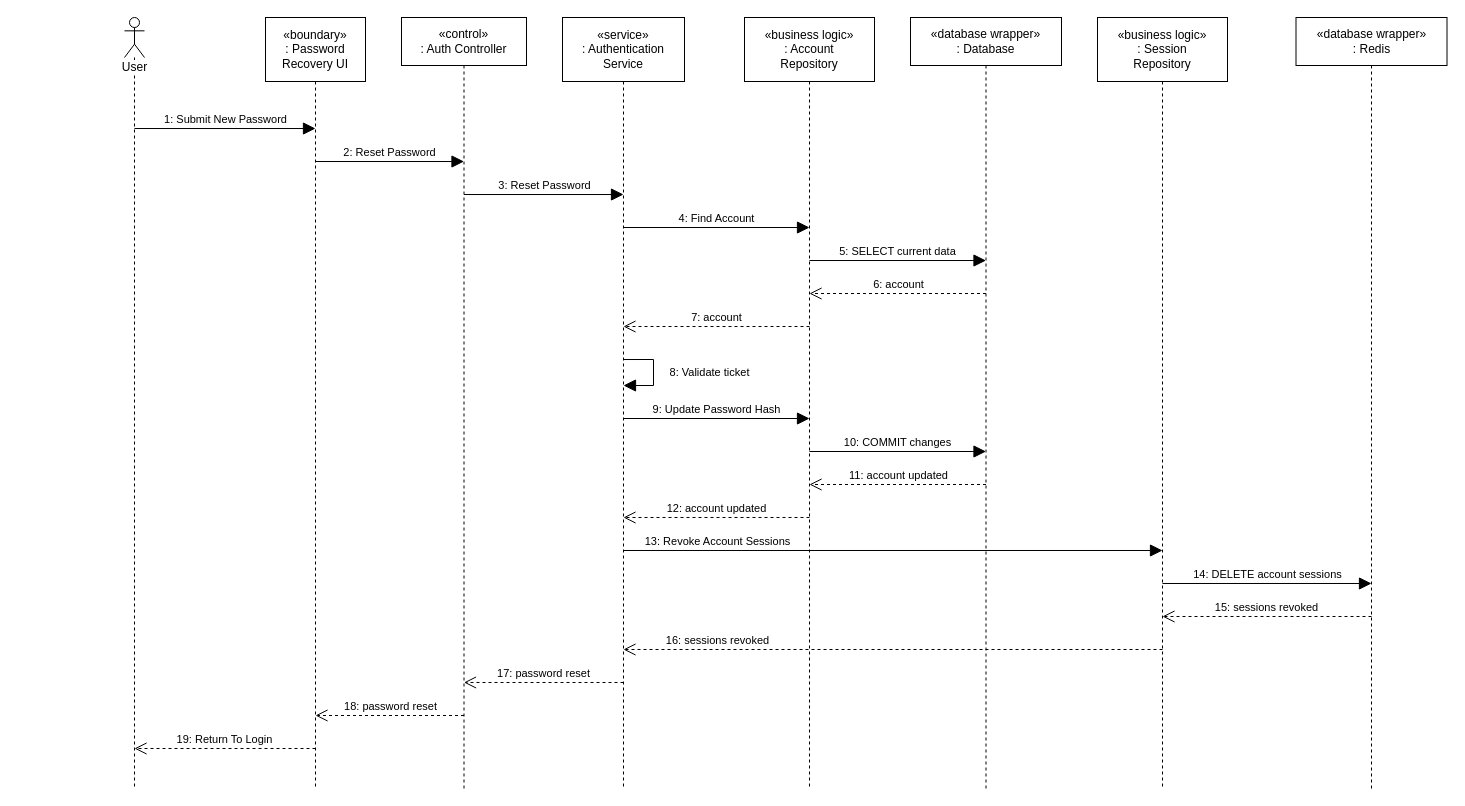
The draw.io diagram page "Reset Password" (4 of 10) of docs/sequence-diagrams.drawio in hygef-v4/AI-Powered-Learning-Platform, before the edit. Source tidied: cells renumbered, new cells numbered last; positions are measured from the earlier drawing's top-left corner, leaving out a move shared by most shapes. Both pictures are drawn from the tidied source at 100%, with x=0, y=0 at pixel (124, 17).
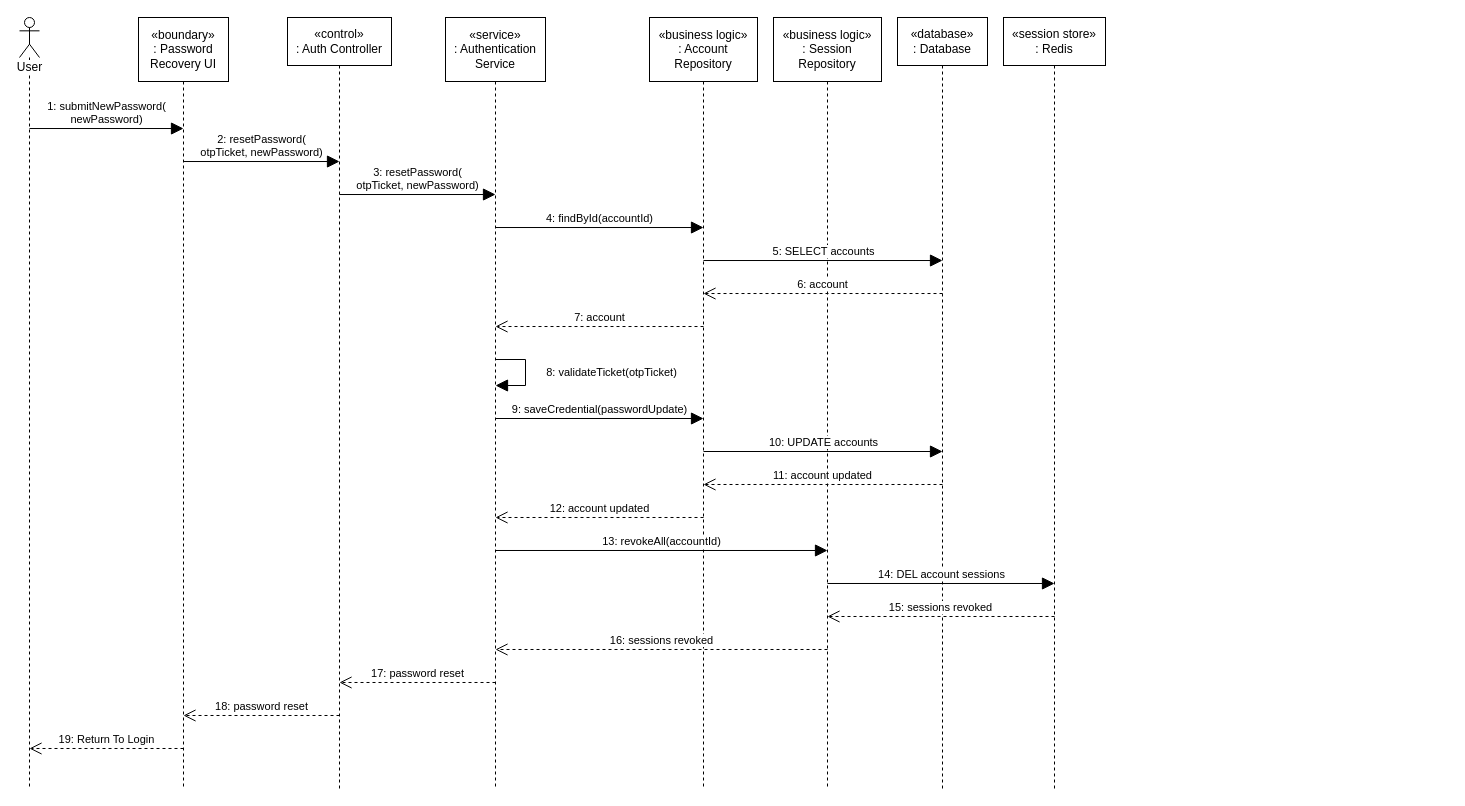
Above is the later version.

Change to the diagram source:
```diff
@@
     <mxCell id="2" value="User" style="shape=umlLifeline;participant=umlActor;perimeter=lifelinePerimeter;whiteSpace=nowrap;html=1;verticalAlign=top;spacingTop=36;outlineConnect=0;portConstraint=eastwest;labelBackgroundColor=#ffffff;size=40;fontColor=#000000;strokeColor=#000000;" parent="1" vertex="1">
-      <mxGeometry width="20" height="771" as="geometry" />
+      <mxGeometry x="-105" width="20" height="771" as="geometry" />
     </mxCell>
     <mxCell id="3" value="«boundary»&lt;br&gt;: Password&lt;br&gt;Recovery UI" style="shape=umlLifeline;perimeter=lifelinePerimeter;whiteSpace=wrap;html=1;outlineConnect=0;portConstraint=eastwest;size=64;fontColor=#000000;strokeColor=#000000;" parent="1" vertex="1">
-      <mxGeometry x="141" width="100" height="771" as="geometry" />
+      <mxGeometry x="14" width="90" height="771" as="geometry" />
     </mxCell>
     <mxCell id="4" value="«control»&lt;br&gt;: Auth Controller" style="shape=umlLifeline;perimeter=lifelinePerimeter;whiteSpace=wrap;html=1;outlineConnect=0;portConstraint=eastwest;size=48;fontColor=#000000;strokeColor=#000000;" parent="1" vertex="1">
-      <mxGeometry x="277" width="125" height="771" as="geometry" />
+      <mxGeometry x="163" width="104" height="771" as="geometry" />
     </mxCell>
     <mxCell id="5" value="«service»&lt;br&gt;: Authentication&lt;br&gt;Service" style="shape=umlLifeline;perimeter=lifelinePerimeter;whiteSpace=wrap;html=1;outlineConnect=0;portConstraint=eastwest;size=64;fontColor=#000000;strokeColor=#000000;" parent="1" vertex="1">
-      <mxGeometry x="438" width="122" height="771" as="geometry" />
+      <mxGeometry x="321" width="100" height="771" as="geometry" />
     </mxCell>
     <mxCell id="6" value="«business logic»&lt;br&gt;: Account&lt;br&gt;Repository" style="shape=umlLifeline;perimeter=lifelinePerimeter;whiteSpace=wrap;html=1;outlineConnect=0;portConstraint=eastwest;size=64;fontColor=#000000;strokeColor=#000000;" parent="1" vertex="1">
-      <mxGeometry x="620" width="130" height="771" as="geometry" />
+      <mxGeometry x="525" width="108" height="771" as="geometry" />
     </mxCell>
-    <mxCell id="7" value="«database wrapper»&lt;br&gt;: Database" style="shape=umlLifeline;perimeter=lifelinePerimeter;whiteSpace=wrap;html=1;outlineConnect=0;portConstraint=eastwest;size=48;fontColor=#000000;strokeColor=#000000;" parent="1" vertex="1">
-      <mxGeometry x="786" width="151" height="771" as="geometry" />
+    <mxCell id="7" value="«database»&lt;br&gt;: Database" style="shape=umlLifeline;perimeter=lifelinePerimeter;whiteSpace=wrap;html=1;outlineConnect=0;portConstraint=eastwest;size=48;fontColor=#000000;strokeColor=#000000;" parent="1" vertex="1">
+      <mxGeometry x="773" width="90" height="771" as="geometry" />
     </mxCell>
     <mxCell id="8" value="«business logic»&lt;br&gt;: Session&lt;br&gt;Repository" style="shape=umlLifeline;perimeter=lifelinePerimeter;whiteSpace=wrap;html=1;outlineConnect=0;portConstraint=eastwest;size=64;fontColor=#000000;strokeColor=#000000;" parent="1" vertex="1">
-      <mxGeometry x="973" width="130" height="771" as="geometry" />
+      <mxGeometry x="649" width="108" height="771" as="geometry" />
     </mxCell>
-    <mxCell id="9" value="«database wrapper»&lt;br&gt;: Redis" style="shape=umlLifeline;perimeter=lifelinePerimeter;whiteSpace=wrap;html=1;outlineConnect=0;portConstraint=eastwest;size=48;fontColor=#000000;strokeColor=#000000;" parent="1" vertex="1">
-      <mxGeometry x="1171.5" width="151" height="771" as="geometry" />
+    <mxCell id="9" value="«session store»&lt;br&gt;: Redis" style="shape=umlLifeline;perimeter=lifelinePerimeter;whiteSpace=wrap;html=1;outlineConnect=0;portConstraint=eastwest;size=48;fontColor=#000000;strokeColor=#000000;" parent="1" vertex="1">
+      <mxGeometry x="879" width="102" height="771" as="geometry" />
     </mxCell>
-    <mxCell id="10" value="1: Submit New Password" style="html=1;rounded=0;fontSize=11;endSize=10;labelBackgroundColor=none;endArrow=block;endFill=1;verticalAlign=bottom;exitX=0.5;exitY=0.144;exitDx=0;exitDy=0;exitPerimeter=0;entryX=0.5;entryY=0.144;entryDx=0;entryDy=0;entryPerimeter=0;fontColor=#000000;strokeColor=#000000;" parent="1" edge="1" source="2" target="3">
+    <mxCell id="10" value="1: submitNewPassword(&lt;br&gt;newPassword)" style="html=1;rounded=0;fontSize=11;endSize=10;labelBackgroundColor=#FFFFFF;endArrow=block;endFill=1;verticalAlign=bottom;exitX=0.5;exitY=0.144;exitDx=0;exitDy=0;exitPerimeter=0;entryX=0.5;entryY=0.144;entryDx=0;entryDy=0;entryPerimeter=0;fontColor=#000000;strokeColor=#000000;" parent="1" edge="1" source="2" target="3">
       <mxGeometry relative="1" as="geometry" />
     </mxCell>
-    <mxCell id="11" value="2: Reset Password" style="html=1;rounded=0;fontSize=11;endSize=10;labelBackgroundColor=none;endArrow=block;endFill=1;verticalAlign=bottom;exitX=0.5;exitY=0.1868;exitDx=0;exitDy=0;exitPerimeter=0;entryX=0.5;entryY=0.1868;entryDx=0;entryDy=0;entryPerimeter=0;fontColor=#000000;strokeColor=#000000;" parent="1" edge="1" source="3" target="4">
+    <mxCell id="11" value="2: resetPassword(&lt;br&gt;otpTicket, newPassword)" style="html=1;rounded=0;fontSize=11;endSize=10;labelBackgroundColor=#FFFFFF;endArrow=block;endFill=1;verticalAlign=bottom;exitX=0.5;exitY=0.1868;exitDx=0;exitDy=0;exitPerimeter=0;entryX=0.5;entryY=0.1868;entryDx=0;entryDy=0;entryPerimeter=0;fontColor=#000000;strokeColor=#000000;" parent="1" edge="1" source="3" target="4">
       <mxGeometry relative="1" as="geometry" />
     </mxCell>
-    <mxCell id="12" value="3: Reset Password" style="html=1;rounded=0;fontSize=11;endSize=10;labelBackgroundColor=none;endArrow=block;endFill=1;verticalAlign=bottom;exitX=0.5;exitY=0.2296;exitDx=0;exitDy=0;exitPerimeter=0;entryX=0.5;entryY=0.2296;entryDx=0;entryDy=0;entryPerimeter=0;fontColor=#000000;strokeColor=#000000;" parent="1" edge="1" source="4" target="5">
+    <mxCell id="12" value="3: resetPassword(&lt;br&gt;otpTicket, newPassword)" style="html=1;rounded=0;fontSize=11;endSize=10;labelBackgroundColor=#FFFFFF;endArrow=block;endFill=1;verticalAlign=bottom;exitX=0.5;exitY=0.2296;exitDx=0;exitDy=0;exitPerimeter=0;entryX=0.5;entryY=0.2296;entryDx=0;entryDy=0;entryPerimeter=0;fontColor=#000000;strokeColor=#000000;" parent="1" edge="1" source="4" target="5">
       <mxGeometry relative="1" as="geometry" />
     </mxCell>
-    <mxCell id="13" value="4: Find Account" style="html=1;rounded=0;fontSize=11;endSize=10;labelBackgroundColor=none;endArrow=block;endFill=1;verticalAlign=bottom;exitX=0.5;exitY=0.2724;exitDx=0;exitDy=0;exitPerimeter=0;entryX=0.5;entryY=0.2724;entryDx=0;entryDy=0;entryPerimeter=0;fontColor=#000000;strokeColor=#000000;" parent="1" edge="1" source="5" target="6">
+    <mxCell id="13" value="4: findById(accountId)" style="html=1;rounded=0;fontSize=11;endSize=10;labelBackgroundColor=#FFFFFF;endArrow=block;endFill=1;verticalAlign=bottom;exitX=0.5;exitY=0.2724;exitDx=0;exitDy=0;exitPerimeter=0;entryX=0.5;entryY=0.2724;entryDx=0;entryDy=0;entryPerimeter=0;fontColor=#000000;strokeColor=#000000;" parent="1" edge="1" source="5" target="6">
       <mxGeometry relative="1" as="geometry" />
     </mxCell>
-    <mxCell id="14" value="5: SELECT current data" style="html=1;rounded=0;fontSize=11;endSize=10;labelBackgroundColor=none;endArrow=block;endFill=1;verticalAlign=bottom;exitX=0.5;exitY=0.3152;exitDx=0;exitDy=0;exitPerimeter=0;entryX=0.5;entryY=0.3152;entryDx=0;entryDy=0;entryPerimeter=0;fontColor=#000000;strokeColor=#000000;" parent="1" edge="1" source="6" target="7">
+    <mxCell id="14" value="5: SELECT accounts" style="html=1;rounded=0;fontSize=11;endSize=10;labelBackgroundColor=#FFFFFF;endArrow=block;endFill=1;verticalAlign=bottom;exitX=0.5;exitY=0.3152;exitDx=0;exitDy=0;exitPerimeter=0;entryX=0.5;entryY=0.3152;entryDx=0;entryDy=0;entryPerimeter=0;fontColor=#000000;strokeColor=#000000;" parent="1" edge="1" source="6" target="7">
       <mxGeometry relative="1" as="geometry" />
     </mxCell>
-    <mxCell id="15" value="6: account" style="html=1;rounded=0;fontSize=11;endSize=10;labelBackgroundColor=none;endArrow=open;endFill=0;dashed=1;verticalAlign=bottom;exitX=0.5;exitY=0.358;exitDx=0;exitDy=0;exitPerimeter=0;entryX=0.5;entryY=0.358;entryDx=0;entryDy=0;entryPerimeter=0;fontColor=#000000;strokeColor=#000000;" parent="1" edge="1" source="7" target="6">
+    <mxCell id="15" value="6: account" style="html=1;rounded=0;fontSize=11;endSize=10;labelBackgroundColor=#FFFFFF;endArrow=open;endFill=0;dashed=1;verticalAlign=bottom;exitX=0.5;exitY=0.358;exitDx=0;exitDy=0;exitPerimeter=0;entryX=0.5;entryY=0.358;entryDx=0;entryDy=0;entryPerimeter=0;fontColor=#000000;strokeColor=#000000;" parent="1" edge="1" source="7" target="6">
       <mxGeometry relative="1" as="geometry" />
     </mxCell>
-    <mxCell id="16" value="7: account" style="html=1;rounded=0;fontSize=11;endSize=10;labelBackgroundColor=none;endArrow=open;endFill=0;dashed=1;verticalAlign=bottom;exitX=0.5;exitY=0.4008;exitDx=0;exitDy=0;exitPerimeter=0;entryX=0.5;entryY=0.4008;entryDx=0;entryDy=0;entryPerimeter=0;fontColor=#000000;strokeColor=#000000;" parent="1" edge="1" source="6" target="5">
+    <mxCell id="16" value="7: account" style="html=1;rounded=0;fontSize=11;endSize=10;labelBackgroundColor=#FFFFFF;endArrow=open;endFill=0;dashed=1;verticalAlign=bottom;exitX=0.5;exitY=0.4008;exitDx=0;exitDy=0;exitPerimeter=0;entryX=0.5;entryY=0.4008;entryDx=0;entryDy=0;entryPerimeter=0;fontColor=#000000;strokeColor=#000000;" parent="1" edge="1" source="6" target="5">
       <mxGeometry relative="1" as="geometry" />
     </mxCell>
-    <mxCell id="17" value="8: Validate ticket" style="html=1;rounded=0;fontSize=11;endSize=10;labelBackgroundColor=none;endArrow=block;endFill=1;verticalAlign=middle;align=center;exitX=0.5;exitY=0.4436;exitDx=0;exitDy=0;exitPerimeter=0;entryX=0.5;entryY=0.4773;entryDx=0;entryDy=0;entryPerimeter=0;fontColor=#000000;strokeColor=#000000;" parent="1" edge="1" source="5" target="5">
+    <mxCell id="17" value="8: validateTicket(otpTicket)" style="html=1;rounded=0;fontSize=11;endSize=10;labelBackgroundColor=#FFFFFF;endArrow=block;endFill=1;verticalAlign=middle;align=center;exitX=0.5;exitY=0.4436;exitDx=0;exitDy=0;exitPerimeter=0;entryX=0.5;entryY=0.4773;entryDx=0;entryDy=0;entryPerimeter=0;fontColor=#000000;strokeColor=#000000;" parent="1" edge="1" source="5" target="5">
       <mxGeometry relative="1" as="geometry">
         <Array as="points">
-          <mxPoint x="529" y="342" />
-          <mxPoint x="529" y="368" />
+          <mxPoint x="401" y="342" />
+          <mxPoint x="401" y="368" />
         </Array>
-        <mxPoint x="56" as="offset" />
+        <mxPoint x="86" as="offset" />
       </mxGeometry>
     </mxCell>
-    <mxCell id="18" value="9: Update Password Hash" style="html=1;rounded=0;fontSize=11;endSize=10;labelBackgroundColor=none;endArrow=block;endFill=1;verticalAlign=bottom;exitX=0.5;exitY=0.5201;exitDx=0;exitDy=0;exitPerimeter=0;entryX=0.5;entryY=0.5201;entryDx=0;entryDy=0;entryPerimeter=0;fontColor=#000000;strokeColor=#000000;" parent="1" edge="1" source="5" target="6">
+    <mxCell id="18" value="9: saveCredential(passwordUpdate)" style="html=1;rounded=0;fontSize=11;endSize=10;labelBackgroundColor=#FFFFFF;endArrow=block;endFill=1;verticalAlign=bottom;exitX=0.5;exitY=0.5201;exitDx=0;exitDy=0;exitPerimeter=0;entryX=0.5;entryY=0.5201;entryDx=0;entryDy=0;entryPerimeter=0;fontColor=#000000;strokeColor=#000000;" parent="1" edge="1" source="5" target="6">
       <mxGeometry relative="1" as="geometry" />
     </mxCell>
-    <mxCell id="19" value="10: COMMIT changes" style="html=1;rounded=0;fontSize=11;endSize=10;labelBackgroundColor=none;endArrow=block;endFill=1;verticalAlign=bottom;exitX=0.5;exitY=0.5629;exitDx=0;exitDy=0;exitPerimeter=0;entryX=0.5;entryY=0.5629;entryDx=0;entryDy=0;entryPerimeter=0;fontColor=#000000;strokeColor=#000000;" parent="1" edge="1" source="6" target="7">
+    <mxCell id="19" value="10: UPDATE accounts" style="html=1;rounded=0;fontSize=11;endSize=10;labelBackgroundColor=#FFFFFF;endArrow=block;endFill=1;verticalAlign=bottom;exitX=0.5;exitY=0.5629;exitDx=0;exitDy=0;exitPerimeter=0;entryX=0.5;entryY=0.5629;entryDx=0;entryDy=0;entryPerimeter=0;fontColor=#000000;strokeColor=#000000;" parent="1" edge="1" source="6" target="7">
       <mxGeometry relative="1" as="geometry" />
     </mxCell>
-    <mxCell id="20" value="11: account updated" style="html=1;rounded=0;fontSize=11;endSize=10;labelBackgroundColor=none;endArrow=open;endFill=0;dashed=1;verticalAlign=bottom;exitX=0.5;exitY=0.6057;exitDx=0;exitDy=0;exitPerimeter=0;entryX=0.5;entryY=0.6057;entryDx=0;entryDy=0;entryPerimeter=0;fontColor=#000000;strokeColor=#000000;" parent="1" edge="1" source="7" target="6">
+    <mxCell id="20" value="11: account updated" style="html=1;rounded=0;fontSize=11;endSize=10;labelBackgroundColor=#FFFFFF;endArrow=open;endFill=0;dashed=1;verticalAlign=bottom;exitX=0.5;exitY=0.6057;exitDx=0;exitDy=0;exitPerimeter=0;entryX=0.5;entryY=0.6057;entryDx=0;entryDy=0;entryPerimeter=0;fontColor=#000000;strokeColor=#000000;" parent="1" edge="1" source="7" target="6">
       <mxGeometry relative="1" as="geometry" />
     </mxCell>
-    <mxCell id="21" value="12: account updated" style="html=1;rounded=0;fontSize=11;endSize=10;labelBackgroundColor=none;endArrow=open;endFill=0;dashed=1;verticalAlign=bottom;exitX=0.5;exitY=0.6485;exitDx=0;exitDy=0;exitPerimeter=0;entryX=0.5;entryY=0.6485;entryDx=0;entryDy=0;entryPerimeter=0;fontColor=#000000;strokeColor=#000000;" parent="1" edge="1" source="6" target="5">
+    <mxCell id="21" value="12: account updated" style="html=1;rounded=0;fontSize=11;endSize=10;labelBackgroundColor=#FFFFFF;endArrow=open;endFill=0;dashed=1;verticalAlign=bottom;exitX=0.5;exitY=0.6485;exitDx=0;exitDy=0;exitPerimeter=0;entryX=0.5;entryY=0.6485;entryDx=0;entryDy=0;entryPerimeter=0;fontColor=#000000;strokeColor=#000000;" parent="1" edge="1" source="6" target="5">
       <mxGeometry relative="1" as="geometry" />
     </mxCell>
-    <mxCell id="22" value="13: Revoke Account Sessions" style="html=1;rounded=0;fontSize=11;endSize=10;labelBackgroundColor=none;endArrow=block;endFill=1;verticalAlign=bottom;exitX=0.5;exitY=0.6913;exitDx=0;exitDy=0;exitPerimeter=0;entryX=0.5;entryY=0.6913;entryDx=0;entryDy=0;entryPerimeter=0;fontColor=#000000;strokeColor=#000000;" parent="1" edge="1" source="5" target="8">
-      <mxGeometry x="-0.65" relative="1" as="geometry" />
+    <mxCell id="22" value="13: revokeAll(accountId)" style="html=1;rounded=0;fontSize=11;endSize=10;labelBackgroundColor=#FFFFFF;endArrow=block;endFill=1;verticalAlign=bottom;exitX=0.5;exitY=0.6913;exitDx=0;exitDy=0;exitPerimeter=0;entryX=0.5;entryY=0.6913;entryDx=0;entryDy=0;entryPerimeter=0;fontColor=#000000;strokeColor=#000000;" parent="1" edge="1" source="5" target="8">
+      <mxGeometry relative="1" as="geometry" />
     </mxCell>
-    <mxCell id="23" value="14: DELETE account sessions" style="html=1;rounded=0;fontSize=11;endSize=10;labelBackgroundColor=none;endArrow=block;endFill=1;verticalAlign=bottom;exitX=0.5;exitY=0.7341;exitDx=0;exitDy=0;exitPerimeter=0;entryX=0.5;entryY=0.7341;entryDx=0;entryDy=0;entryPerimeter=0;fontColor=#000000;strokeColor=#000000;" parent="1" edge="1" source="8" target="9">
+    <mxCell id="23" value="14: DEL account sessions" style="html=1;rounded=0;fontSize=11;endSize=10;labelBackgroundColor=#FFFFFF;endArrow=block;endFill=1;verticalAlign=bottom;exitX=0.5;exitY=0.7341;exitDx=0;exitDy=0;exitPerimeter=0;entryX=0.5;entryY=0.7341;entryDx=0;entryDy=0;entryPerimeter=0;fontColor=#000000;strokeColor=#000000;" parent="1" edge="1" source="8" target="9">
       <mxGeometry relative="1" as="geometry" />
     </mxCell>
-    <mxCell id="24" value="15: sessions revoked" style="html=1;rounded=0;fontSize=11;endSize=10;labelBackgroundColor=none;endArrow=open;endFill=0;dashed=1;verticalAlign=bottom;exitX=0.5;exitY=0.7769;exitDx=0;exitDy=0;exitPerimeter=0;entryX=0.5;entryY=0.7769;entryDx=0;entryDy=0;entryPerimeter=0;fontColor=#000000;strokeColor=#000000;" parent="1" edge="1" source="9" target="8">
+    <mxCell id="24" value="15: sessions revoked" style="html=1;rounded=0;fontSize=11;endSize=10;labelBackgroundColor=#FFFFFF;endArrow=open;endFill=0;dashed=1;verticalAlign=bottom;exitX=0.5;exitY=0.7769;exitDx=0;exitDy=0;exitPerimeter=0;entryX=0.5;entryY=0.7769;entryDx=0;entryDy=0;entryPerimeter=0;fontColor=#000000;strokeColor=#000000;" parent="1" edge="1" source="9" target="8">
       <mxGeometry relative="1" as="geometry" />
     </mxCell>
-    <mxCell id="25" value="16: sessions revoked" style="html=1;rounded=0;fontSize=11;endSize=10;labelBackgroundColor=none;endArrow=open;endFill=0;dashed=1;verticalAlign=bottom;exitX=0.5;exitY=0.8197;exitDx=0;exitDy=0;exitPerimeter=0;entryX=0.5;entryY=0.8197;entryDx=0;entryDy=0;entryPerimeter=0;fontColor=#000000;strokeColor=#000000;" parent="1" edge="1" source="8" target="5">
-      <mxGeometry x="0.65" relative="1" as="geometry" />
+    <mxCell id="25" value="16: sessions revoked" style="html=1;rounded=0;fontSize=11;endSize=10;labelBackgroundColor=#FFFFFF;endArrow=open;endFill=0;dashed=1;verticalAlign=bottom;exitX=0.5;exitY=0.8197;exitDx=0;exitDy=0;exitPerimeter=0;entryX=0.5;entryY=0.8197;entryDx=0;entryDy=0;entryPerimeter=0;fontColor=#000000;strokeColor=#000000;" parent="1" edge="1" source="8" target="5">
+      <mxGeometry relative="1" as="geometry" />
     </mxCell>
-    <mxCell id="26" value="17: password reset" style="html=1;rounded=0;fontSize=11;endSize=10;labelBackgroundColor=none;endArrow=open;endFill=0;dashed=1;verticalAlign=bottom;exitX=0.5;exitY=0.8625;exitDx=0;exitDy=0;exitPerimeter=0;entryX=0.5;entryY=0.8625;entryDx=0;entryDy=0;entryPerimeter=0;fontColor=#000000;strokeColor=#000000;" parent="1" edge="1" source="5" target="4">
+    <mxCell id="26" value="17: password reset" style="html=1;rounded=0;fontSize=11;endSize=10;labelBackgroundColor=#FFFFFF;endArrow=open;endFill=0;dashed=1;verticalAlign=bottom;exitX=0.5;exitY=0.8625;exitDx=0;exitDy=0;exitPerimeter=0;entryX=0.5;entryY=0.8625;entryDx=0;entryDy=0;entryPerimeter=0;fontColor=#000000;strokeColor=#000000;" parent="1" edge="1" source="5" target="4">
       <mxGeometry relative="1" as="geometry" />
     </mxCell>
-    <mxCell id="27" value="18: password reset" style="html=1;rounded=0;fontSize=11;endSize=10;labelBackgroundColor=none;endArrow=open;endFill=0;dashed=1;verticalAlign=bottom;exitX=0.5;exitY=0.9053;exitDx=0;exitDy=0;exitPerimeter=0;entryX=0.5;entryY=0.9053;entryDx=0;entryDy=0;entryPerimeter=0;fontColor=#000000;strokeColor=#000000;" parent="1" edge="1" source="4" target="3">
+    <mxCell id="27" value="18: password reset" style="html=1;rounded=0;fontSize=11;endSize=10;labelBackgroundColor=#FFFFFF;endArrow=open;endFill=0;dashed=1;verticalAlign=bottom;exitX=0.5;exitY=0.9053;exitDx=0;exitDy=0;exitPerimeter=0;entryX=0.5;entryY=0.9053;entryDx=0;entryDy=0;entryPerimeter=0;fontColor=#000000;strokeColor=#000000;" parent="1" edge="1" source="4" target="3">
       <mxGeometry relative="1" as="geometry" />
     </mxCell>
-    <mxCell id="28" value="19: Return To Login" style="html=1;rounded=0;fontSize=11;endSize=10;labelBackgroundColor=none;endArrow=open;endFill=0;dashed=1;verticalAlign=bottom;exitX=0.5;exitY=0.9481;exitDx=0;exitDy=0;exitPerimeter=0;entryX=0.5;entryY=0.9481;entryDx=0;entryDy=0;entryPerimeter=0;fontColor=#000000;strokeColor=#000000;" parent="1" edge="1" source="3" target="2">
+    <mxCell id="28" value="19: Return To Login" style="html=1;rounded=0;fontSize=11;endSize=10;labelBackgroundColor=#FFFFFF;endArrow=open;endFill=0;dashed=1;verticalAlign=bottom;exitX=0.5;exitY=0.9481;exitDx=0;exitDy=0;exitPerimeter=0;entryX=0.5;entryY=0.9481;entryDx=0;entryDy=0;entryPerimeter=0;fontColor=#000000;strokeColor=#000000;" parent="1" edge="1" source="3" target="2">
       <mxGeometry relative="1" as="geometry" />
     </mxCell>
```
